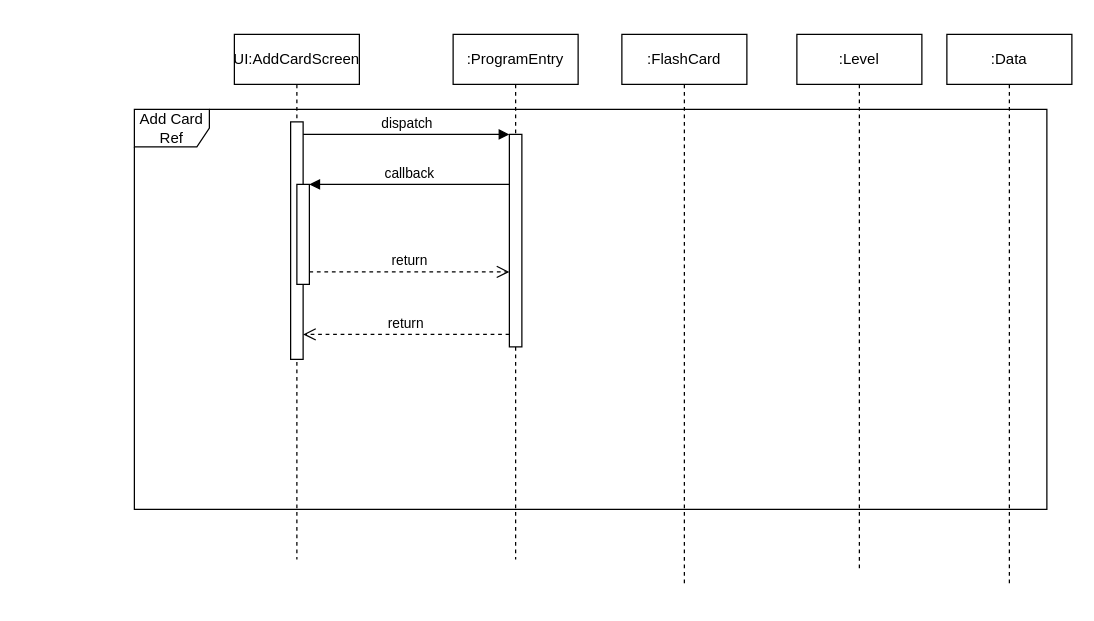
Earlier version of the draw.io diagram FlashCardSequence.drawio (wasimic311/uml). Source tidied: cells renumbered, new cells numbered last; positions are measured from the earlier drawing's top-left corner, leaving out a move shared by most shapes. Both pictures are drawn from the tidied source at 125%, with x=0, y=0 at pixel (134, 34).
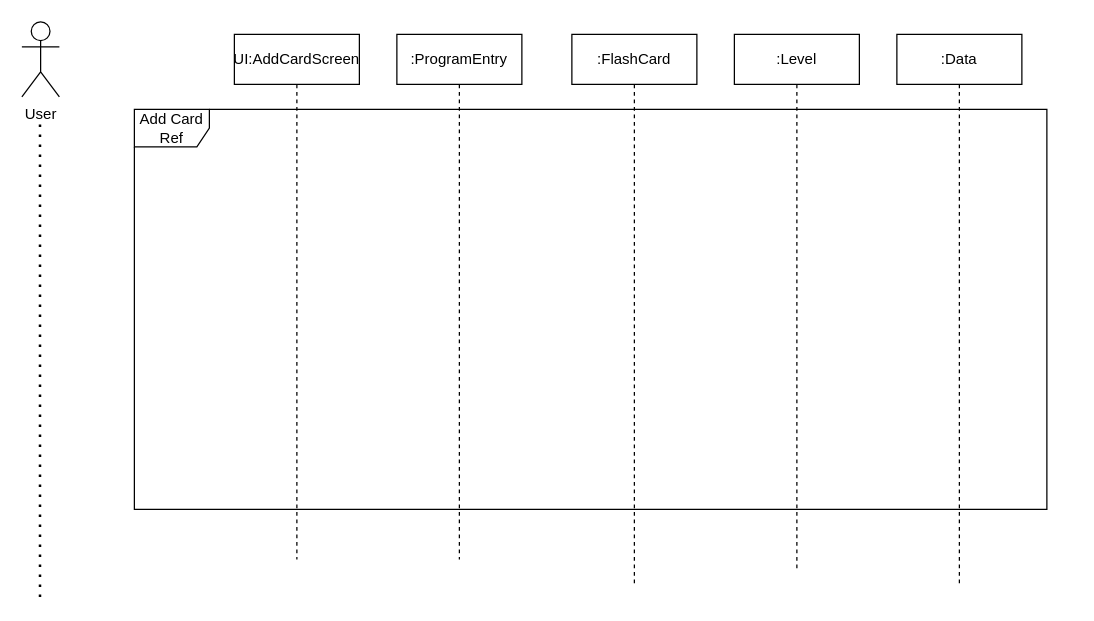
After the change.

Unchanged cells that the change refers to:
```xml
<mxCell id="2" value="UI:AddCardScreen" style="shape=umlLifeline;perimeter=lifelinePerimeter;whiteSpace=wrap;html=1;newEdgeStyle={&quot;edgeStyle&quot;:&quot;elbowEdgeStyle&quot;,&quot;elbow&quot;:&quot;vertical&quot;,&quot;curved&quot;:0,&quot;rounded&quot;:0};" parent="1" vertex="1">
  <mxGeometry x="80" width="100" height="420" as="geometry" />
</mxCell>
```

Diff of the diagram source:
```diff
@@
-    <mxCell id="3" style="html=1;points=[];perimeter=orthogonalPerimeter;outlineConnect=0;targetShapes=umlLifeline;portConstraint=eastwest;newEdgeStyle={&quot;edgeStyle&quot;:&quot;elbowEdgeStyle&quot;,&quot;elbow&quot;:&quot;vertical&quot;,&quot;curved&quot;:0,&quot;rounded&quot;:0};" parent="2" vertex="1">
-      <mxGeometry x="45" y="70" width="10" height="190" as="geometry" />
-    </mxCell>
-    <mxCell id="4" style="html=1;points=[];perimeter=orthogonalPerimeter;outlineConnect=0;targetShapes=umlLifeline;portConstraint=eastwest;newEdgeStyle={&quot;edgeStyle&quot;:&quot;elbowEdgeStyle&quot;,&quot;elbow&quot;:&quot;vertical&quot;,&quot;curved&quot;:0,&quot;rounded&quot;:0};" parent="2" vertex="1">
-      <mxGeometry x="50" y="120" width="10" height="80" as="geometry" />
-    </mxCell>
     <mxCell id="5" value=":ProgramEntry" style="shape=umlLifeline;perimeter=lifelinePerimeter;whiteSpace=wrap;html=1;newEdgeStyle={&quot;edgeStyle&quot;:&quot;elbowEdgeStyle&quot;,&quot;elbow&quot;:&quot;vertical&quot;,&quot;curved&quot;:0,&quot;rounded&quot;:0};" parent="1" vertex="1">
-      <mxGeometry x="255" width="100" height="420" as="geometry" />
+      <mxGeometry x="210" width="100" height="420" as="geometry" />
     </mxCell>
-    <mxCell id="6" style="html=1;points=[];perimeter=orthogonalPerimeter;outlineConnect=0;targetShapes=umlLifeline;portConstraint=eastwest;newEdgeStyle={&quot;edgeStyle&quot;:&quot;elbowEdgeStyle&quot;,&quot;elbow&quot;:&quot;vertical&quot;,&quot;curved&quot;:0,&quot;rounded&quot;:0};" parent="5" vertex="1">
-      <mxGeometry x="45" y="80" width="10" height="170" as="geometry" />
-    </mxCell>
-    <mxCell id="7" value="dispatch" style="html=1;verticalAlign=bottom;endArrow=block;edgeStyle=elbowEdgeStyle;elbow=vertical;curved=0;rounded=0;" parent="1" edge="1" source="3" target="6">
-      <mxGeometry relative="1" as="geometry">
-        <Array as="points">
-          <mxPoint x="220" y="80" />
-        </Array>
-      </mxGeometry>
-    </mxCell>
-    <mxCell id="8" value="return" style="html=1;verticalAlign=bottom;endArrow=open;dashed=1;endSize=8;edgeStyle=elbowEdgeStyle;elbow=vertical;curved=0;rounded=0;" parent="1" edge="1" source="6" target="3">
-      <mxGeometry relative="1" as="geometry">
-        <Array as="points">
-          <mxPoint x="230" y="240" />
-        </Array>
-      </mxGeometry>
-    </mxCell>
-    <mxCell id="9" value="callback" style="html=1;verticalAlign=bottom;endArrow=block;edgeStyle=elbowEdgeStyle;elbow=vertical;curved=0;rounded=0;" parent="1" edge="1" source="6" target="4">
-      <mxGeometry relative="1" as="geometry">
-        <Array as="points">
-          <mxPoint x="230" y="120" />
-        </Array>
-      </mxGeometry>
-    </mxCell>
-    <mxCell id="10" value="return" style="html=1;verticalAlign=bottom;endArrow=open;dashed=1;endSize=8;edgeStyle=elbowEdgeStyle;elbow=vertical;curved=0;rounded=0;" parent="1" edge="1" source="4" target="6">
-      <mxGeometry relative="1" as="geometry">
-        <Array as="points">
-          <mxPoint x="220" y="190" />
-        </Array>
-      </mxGeometry>
-    </mxCell>
@@
     <mxCell id="12" value=":FlashCard" style="shape=umlLifeline;perimeter=lifelinePerimeter;whiteSpace=wrap;html=1;newEdgeStyle={&quot;curved&quot;:0,&quot;rounded&quot;:0};" parent="1" vertex="1">
-      <mxGeometry x="390" width="100" height="440" as="geometry" />
+      <mxGeometry x="350" width="100" height="440" as="geometry" />
     </mxCell>
     <mxCell id="13" value=":Level" style="shape=umlLifeline;perimeter=lifelinePerimeter;whiteSpace=wrap;html=1;newEdgeStyle={&quot;curved&quot;:0,&quot;rounded&quot;:0};" parent="1" vertex="1">
-      <mxGeometry x="530" width="100" height="430" as="geometry" />
+      <mxGeometry x="480" width="100" height="430" as="geometry" />
     </mxCell>
     <mxCell id="14" value=":Data" style="shape=umlLifeline;perimeter=lifelinePerimeter;whiteSpace=wrap;html=1;newEdgeStyle={&quot;curved&quot;:0,&quot;rounded&quot;:0};" parent="1" vertex="1">
-      <mxGeometry x="650" width="100" height="440" as="geometry" />
+      <mxGeometry x="610" width="100" height="440" as="geometry" />
     </mxCell>
+    <mxCell id="15" value="User" style="shape=umlActor;verticalLabelPosition=bottom;verticalAlign=top;html=1;" parent="1" vertex="1">
+      <mxGeometry x="-90" y="-10" width="30" height="60" as="geometry" />
+    </mxCell>
+    <mxCell id="16" style="endArrow=none;dashed=1;html=1;dashPattern=1 3;strokeWidth=2;rounded=0;" parent="1" edge="1">
+      <mxGeometry relative="1" as="geometry">
+        <mxPoint x="-75.5" y="450" as="sourcePoint" />
+        <mxPoint x="-75.5" y="70" as="targetPoint" />
+      </mxGeometry>
+    </mxCell>
```
